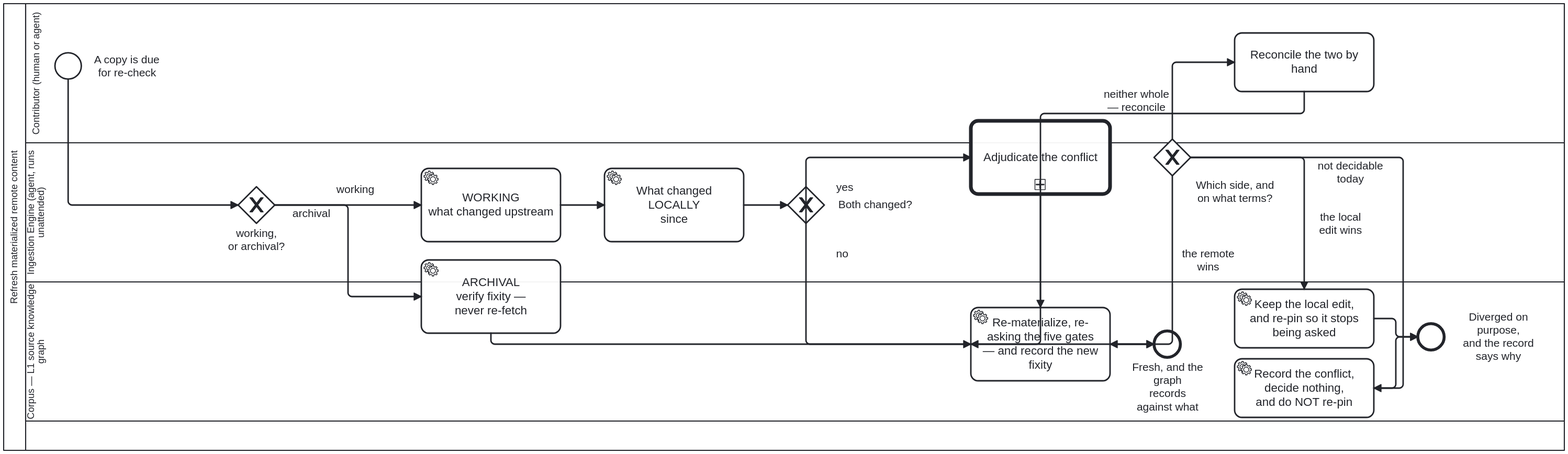
Earlier version of the BPMN export docs/assets/img/workflows/refresh-materialized.svg (litlfred/cat-harness). Its source is kept beside it as processes/library/refresh-materialized.bpmn. Ids are renumbered.
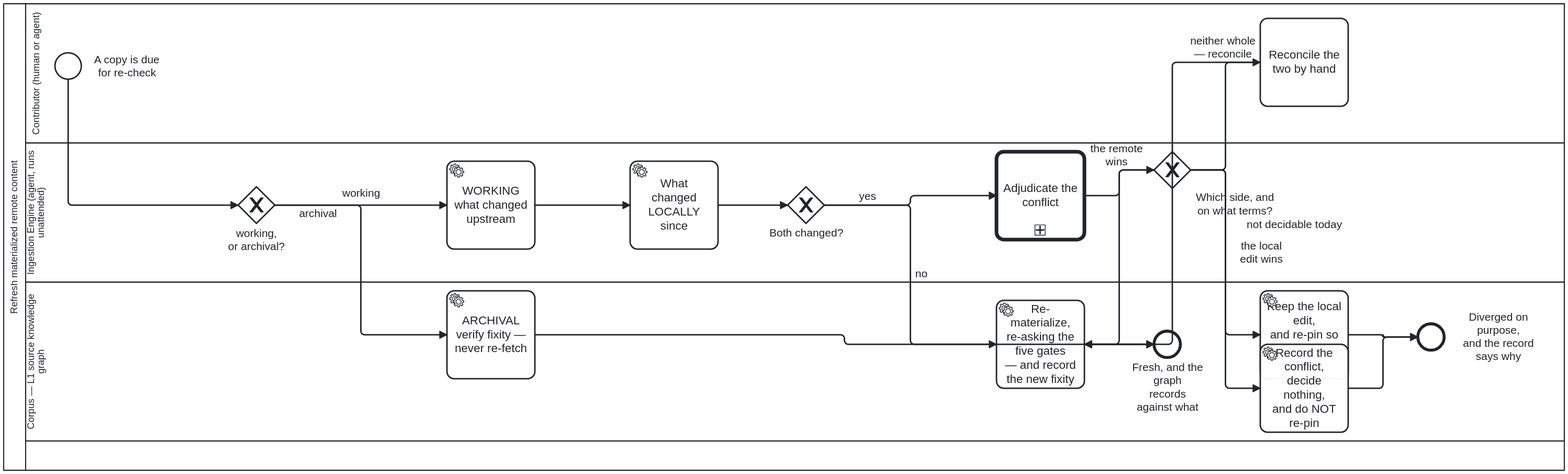
Above is the later version.

Diff of the diagram source:
```diff
@@ -214,7 +214,7 @@
   <bpmndi:BPMNDiagram id="Diagram_RefreshMaterialized">
     <bpmndi:BPMNPlane id="Plane_RefreshMaterialized" bpmnElement="Collaboration_RefreshMaterialized">
       <bpmndi:BPMNShape id="Participant_RefreshMaterialized_di" bpmnElement="Participant_RefreshMaterialized" isHorizontal="true">
-        <dc:Bounds x="130" y="60" width="2130" height="610" />
+        <dc:Bounds x="130" y="60" width="2130" height="637" />
       </bpmndi:BPMNShape>
       <bpmndi:BPMNShape id="Lane_0_di" bpmnElement="Lane_0" isHorizontal="true">
         <dc:Bounds x="160" y="60" width="2100" height="190" />
@@ -223,87 +223,102 @@
         <dc:Bounds x="160" y="250" width="2100" height="190" />
       </bpmndi:BPMNShape>
       <bpmndi:BPMNShape id="Lane_2_di" bpmnElement="Lane_2" isHorizontal="true">
-        <dc:Bounds x="160" y="440" width="2100" height="190" />
+        <dc:Bounds x="160" y="440" width="2100" height="217" />
       </bpmndi:BPMNShape>
       <bpmndi:BPMNShape id="StartEvent_Due_di" bpmnElement="StartEvent_Due">
         <dc:Bounds x="200" y="127" width="36" height="36" />
-        <bpmndi:BPMNLabel><dc:Bounds x="240" y="127.5" width="116" height="35" /></bpmndi:BPMNLabel>
-      </bpmndi:BPMNShape>
+
+      <bpmndi:BPMNLabel><dc:Bounds x="240" y="127.5" width="116" height="35" /></bpmndi:BPMNLabel></bpmndi:BPMNShape>
       <bpmndi:BPMNShape id="Gateway_Purpose_di" bpmnElement="Gateway_Purpose" isMarkerVisible="true">
         <dc:Bounds x="450" y="310" width="50" height="50" />
-        <bpmndi:BPMNLabel><dc:Bounds x="410" y="365" width="130" height="30" /></bpmndi:BPMNLabel>
-      </bpmndi:BPMNShape>
+
+      <bpmndi:BPMNLabel><dc:Bounds x="410" y="365" width="130" height="30" /></bpmndi:BPMNLabel></bpmndi:BPMNShape>
       <bpmndi:BPMNShape id="Task_Fixity_di" bpmnElement="Task_Fixity">
-        <dc:Bounds x="700" y="410" width="190" height="100" />
+        <dc:Bounds x="735" y="452" width="120" height="120" />
       </bpmndi:BPMNShape>
       <bpmndi:BPMNShape id="Task_Upstream_di" bpmnElement="Task_Upstream">
-        <dc:Bounds x="700" y="285" width="190" height="100" />
+        <dc:Bounds x="735" y="275" width="120" height="120" />
       </bpmndi:BPMNShape>
       <bpmndi:BPMNShape id="Task_Local_di" bpmnElement="Task_Local">
-        <dc:Bounds x="950" y="285" width="190" height="100" />
+        <dc:Bounds x="985" y="275" width="120" height="120" />
       </bpmndi:BPMNShape>
       <bpmndi:BPMNShape id="Gateway_Both_di" bpmnElement="Gateway_Both" isMarkerVisible="true">
         <dc:Bounds x="1200" y="310" width="50" height="50" />
-        <bpmndi:BPMNLabel><dc:Bounds x="1254" y="326" width="130" height="18" /></bpmndi:BPMNLabel>
-      </bpmndi:BPMNShape>
+
+      <bpmndi:BPMNLabel><dc:Bounds x="1160" y="364" width="130" height="18" /></bpmndi:BPMNLabel></bpmndi:BPMNShape>
       <bpmndi:BPMNShape id="Task_Adjudicate_di" bpmnElement="Task_Adjudicate">
-        <dc:Bounds x="1450" y="220" width="190" height="100" />
+        <dc:Bounds x="1485" y="262" width="120" height="120" />
       </bpmndi:BPMNShape>
       <bpmndi:BPMNShape id="Task_Apply_di" bpmnElement="Task_Apply">
-        <dc:Bounds x="1450" y="475" width="190" height="100" />
+        <dc:Bounds x="1485" y="465" width="120" height="120" />
       </bpmndi:BPMNShape>
       <bpmndi:BPMNShape id="GW_Outcome_di" bpmnElement="GW_Outcome" isMarkerVisible="true">
-        <dc:Bounds x="1700" y="245" width="50" height="50" />
-        <bpmndi:BPMNLabel><dc:Bounds x="1754" y="299" width="112" height="35" /></bpmndi:BPMNLabel>
-      </bpmndi:BPMNShape>
+        <dc:Bounds x="1700" y="262" width="50" height="50" />
+
+      <bpmndi:BPMNLabel><dc:Bounds x="1754" y="316" width="112" height="35" /></bpmndi:BPMNLabel></bpmndi:BPMNShape>
       <bpmndi:BPMNShape id="Task_Reconcile_di" bpmnElement="Task_Reconcile">
-        <dc:Bounds x="1810" y="100" width="190" height="80" />
+        <dc:Bounds x="1845" y="80" width="120" height="120" />
       </bpmndi:BPMNShape>
       <bpmndi:BPMNShape id="Task_KeepLocal_di" bpmnElement="Task_KeepLocal">
-        <dc:Bounds x="1810" y="450" width="190" height="80" />
+        <dc:Bounds x="1845" y="452" width="120" height="120" />
       </bpmndi:BPMNShape>
       <bpmndi:BPMNShape id="Task_RecordConflict_di" bpmnElement="Task_RecordConflict">
-        <dc:Bounds x="1810" y="545" width="190" height="80" />
+        <dc:Bounds x="1845" y="525" width="120" height="120" />
       </bpmndi:BPMNShape>
       <bpmndi:BPMNShape id="EndEvent_Diverged_di" bpmnElement="EndEvent_Diverged">
         <dc:Bounds x="2060" y="497" width="36" height="36" />
-        <bpmndi:BPMNLabel><dc:Bounds x="2100" y="479" width="140" height="72" /></bpmndi:BPMNLabel>
-      </bpmndi:BPMNShape>
+
+      <bpmndi:BPMNLabel><dc:Bounds x="2100" y="479" width="140" height="72" /></bpmndi:BPMNLabel></bpmndi:BPMNShape>
       <bpmndi:BPMNEdge id="Flow_Remote_di" bpmnElement="Flow_Remote">
-        <di:waypoint x="1725" y="295" /><di:waypoint x="1725" y="525" /><di:waypoint x="1640" y="525" />
-        <bpmndi:BPMNLabel><dc:Bounds x="1729" y="392.5" width="90" height="35" /></bpmndi:BPMNLabel>
+        <di:waypoint x="1700" y="287" />
+        <di:waypoint x="1652.5" y="287" />
+        <di:waypoint x="1652.5" y="525" />
+        <di:waypoint x="1605" y="525" />
+        <bpmndi:BPMNLabel><dc:Bounds x="1604" y="249" width="90" height="35" /></bpmndi:BPMNLabel>
       </bpmndi:BPMNEdge>
       <bpmndi:BPMNEdge id="Flow_Local_di" bpmnElement="Flow_Local">
-        <di:waypoint x="1750" y="270" /><di:waypoint x="1905" y="270" /><di:waypoint x="1905" y="450" />
-        <bpmndi:BPMNLabel><dc:Bounds x="1909" y="342.5" width="90" height="35" /></bpmndi:BPMNLabel>
+        <di:waypoint x="1750" y="287" />
+        <di:waypoint x="1797.5" y="287" />
+        <di:waypoint x="1797.5" y="512" />
+        <di:waypoint x="1845" y="512" />
+        <bpmndi:BPMNLabel><dc:Bounds x="1801.5" y="382" width="90" height="35" /></bpmndi:BPMNLabel>
       </bpmndi:BPMNEdge>
       <bpmndi:BPMNEdge id="Flow_Merge_di" bpmnElement="Flow_Merge">
-        <di:waypoint x="1725" y="245" /><di:waypoint x="1725" y="140" /><di:waypoint x="1810" y="140" />
-        <bpmndi:BPMNLabel><dc:Bounds x="1631" y="175" width="90" height="35" /></bpmndi:BPMNLabel>
+        <di:waypoint x="1750" y="287" />
+        <di:waypoint x="1797.5" y="287" />
+        <di:waypoint x="1797.5" y="140" />
+        <di:waypoint x="1845" y="140" />
+        <bpmndi:BPMNLabel><dc:Bounds x="1749" y="102" width="90" height="35" /></bpmndi:BPMNLabel>
       </bpmndi:BPMNEdge>
       <bpmndi:BPMNEdge id="Flow_Defer_di" bpmnElement="Flow_Defer">
-        <di:waypoint x="1750" y="270" /><di:waypoint x="2040" y="270" /><di:waypoint x="2040" y="585" /><di:waypoint x="2000" y="585" />
-        <bpmndi:BPMNLabel><dc:Bounds x="1922.5" y="273" width="90" height="36" /></bpmndi:BPMNLabel>
+        <di:waypoint x="1750" y="287" />
+        <di:waypoint x="1797.5" y="287" />
+        <di:waypoint x="1797.5" y="585" />
+        <di:waypoint x="1845" y="585" />
+        <bpmndi:BPMNLabel><dc:Bounds x="1801.5" y="352.5" width="180" height="18" /></bpmndi:BPMNLabel>
       </bpmndi:BPMNEdge>
       <bpmndi:BPMNEdge id="Flow_Reconciled_di" bpmnElement="Flow_Reconciled">
-        <di:waypoint x="1905" y="180" /><di:waypoint x="1905" y="210" /><di:waypoint x="1545" y="210" /><di:waypoint x="1545" y="475" />
+        <di:waypoint x="1845" y="140" />
+        <di:waypoint x="1725" y="140" />
+        <di:waypoint x="1725" y="525" />
+        <di:waypoint x="1605" y="525" />
       </bpmndi:BPMNEdge>
       <bpmndi:BPMNEdge id="Flow_Kept_di" bpmnElement="Flow_Kept">
-        <di:waypoint x="2000" y="490" />
-        <di:waypoint x="2030" y="490" />
-        <di:waypoint x="2030" y="515" />
+        <di:waypoint x="1965" y="512" />
+        <di:waypoint x="2012.5" y="512" />
+        <di:waypoint x="2012.5" y="515" />
         <di:waypoint x="2060" y="515" />
       </bpmndi:BPMNEdge>
       <bpmndi:BPMNEdge id="Flow_Deferred_di" bpmnElement="Flow_Deferred">
-        <di:waypoint x="2000" y="585" />
-        <di:waypoint x="2030" y="585" />
-        <di:waypoint x="2030" y="515" />
+        <di:waypoint x="1965" y="585" />
+        <di:waypoint x="2012.5" y="585" />
+        <di:waypoint x="2012.5" y="515" />
         <di:waypoint x="2060" y="515" />
       </bpmndi:BPMNEdge>
       <bpmndi:BPMNShape id="EndEvent_Fresh_di" bpmnElement="EndEvent_Fresh">
         <dc:Bounds x="1700" y="507" width="36" height="36" />
-        <bpmndi:BPMNLabel><dc:Bounds x="1660" y="548" width="116" height="30" /></bpmndi:BPMNLabel>
-      </bpmndi:BPMNShape>
+
+      <bpmndi:BPMNLabel><dc:Bounds x="1660" y="548" width="116" height="30" /></bpmndi:BPMNLabel></bpmndi:BPMNShape>
       <bpmndi:BPMNEdge id="Flow_1_di" bpmnElement="Flow_1">
         <di:waypoint x="218" y="163" />
         <di:waypoint x="218" y="335" />
@@ -311,48 +326,50 @@
       </bpmndi:BPMNEdge>
       <bpmndi:BPMNEdge id="Flow_2_di" bpmnElement="Flow_2">
         <di:waypoint x="500" y="335" />
-        <di:waypoint x="600" y="335" />
-        <di:waypoint x="600" y="460" />
-        <di:waypoint x="700" y="460" />
-        <bpmndi:BPMNLabel><dc:Bounds x="505" y="338" width="90" height="17" /></bpmndi:BPMNLabel>
+        <di:waypoint x="617.5" y="335" />
+        <di:waypoint x="617.5" y="512" />
+        <di:waypoint x="735" y="512" />
+        <bpmndi:BPMNLabel><dc:Bounds x="513.75" y="338" width="90" height="17" /></bpmndi:BPMNLabel>
       </bpmndi:BPMNEdge>
       <bpmndi:BPMNEdge id="Flow_3_di" bpmnElement="Flow_3">
         <di:waypoint x="500" y="335" />
-        <di:waypoint x="700" y="335" />
-        <bpmndi:BPMNLabel><dc:Bounds x="565" y="305" width="90" height="26" /></bpmndi:BPMNLabel>
+        <di:waypoint x="735" y="335" />
       </bpmndi:BPMNEdge>
       <bpmndi:BPMNEdge id="Flow_4_di" bpmnElement="Flow_4">
-        <di:waypoint x="890" y="335" />
-        <di:waypoint x="950" y="335" />
+        <di:waypoint x="855" y="335" />
+        <di:waypoint x="985" y="335" />
       </bpmndi:BPMNEdge>
       <bpmndi:BPMNEdge id="Flow_5_di" bpmnElement="Flow_5">
-        <di:waypoint x="1140" y="335" />
+        <di:waypoint x="1105" y="335" />
         <di:waypoint x="1200" y="335" />
       </bpmndi:BPMNEdge>
       <bpmndi:BPMNEdge id="Flow_6_di" bpmnElement="Flow_6">
-        <di:waypoint x="1225" y="360" />
-        <di:waypoint x="1225" y="270" />
-        <di:waypoint x="1450" y="270" />
-        <bpmndi:BPMNLabel><dc:Bounds x="1233" y="302" width="90" height="26" /></bpmndi:BPMNLabel>
+        <di:waypoint x="1250" y="335" />
+        <di:waypoint x="1367.5" y="335" />
+        <di:waypoint x="1367.5" y="322" />
+        <di:waypoint x="1485" y="322" />
+        <bpmndi:BPMNLabel><dc:Bounds x="1263.75" y="314" width="90" height="18" /></bpmndi:BPMNLabel>
       </bpmndi:BPMNEdge>
       <bpmndi:BPMNEdge id="Flow_7_di" bpmnElement="Flow_7">
-        <di:waypoint x="1225" y="360" />
-        <di:waypoint x="1225" y="525" />
-        <di:waypoint x="1450" y="525" />
-        <bpmndi:BPMNLabel><dc:Bounds x="1229" y="392.75" width="90" height="17" /></bpmndi:BPMNLabel>
+        <di:waypoint x="1250" y="335" />
+        <di:waypoint x="1367.5" y="335" />
+        <di:waypoint x="1367.5" y="525" />
+        <di:waypoint x="1485" y="525" />
       </bpmndi:BPMNEdge>
       <bpmndi:BPMNEdge id="Flow_8_di" bpmnElement="Flow_8">
-        <di:waypoint x="1545" y="320" />
-        <di:waypoint x="1545" y="525" />
-        <di:waypoint x="1450" y="525" />
+        <di:waypoint x="1605" y="322" />
+        <di:waypoint x="1652.5" y="322" />
+        <di:waypoint x="1652.5" y="287" />
+        <di:waypoint x="1700" y="287" />
       </bpmndi:BPMNEdge>
       <bpmndi:BPMNEdge id="Flow_9_di" bpmnElement="Flow_9">
-        <di:waypoint x="795" y="510" />
-        <di:waypoint x="795" y="525" />
+        <di:waypoint x="855" y="512" />
+        <di:waypoint x="1277.5" y="512" />
+        <di:waypoint x="1277.5" y="525" />
         <di:waypoint x="1700" y="525" />
       </bpmndi:BPMNEdge>
       <bpmndi:BPMNEdge id="Flow_10_di" bpmnElement="Flow_10">
-        <di:waypoint x="1640" y="525" />
+        <di:waypoint x="1605" y="525" />
         <di:waypoint x="1700" y="525" />
       </bpmndi:BPMNEdge>
     </bpmndi:BPMNPlane>
```
